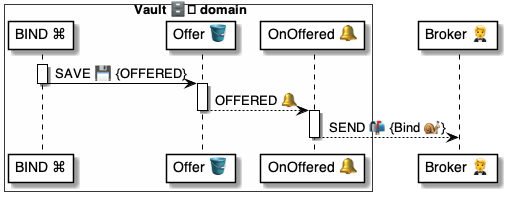
Above: 4 ⚙️ Solution/41 🎭 Domain Roles/Vaults 🗄️/🗄️🪣 Vault tables/Binds 🔗 table/🪣🧱 11 Offered 🔔 event/🗄️ OnOfferOffered ⚙️ uml.png in pollyweb-org/pollyweb-docs (PlantUML), before the change. Its source is kept beside it as 4 ⚙️ Solution/41 🎭 Domain Roles/Vaults 🗄️/🗄️🪣 Vault tables/Binds 🔗 table/🪣🧱 11 Offered 🔔 event/🗄️ OnOfferOffered ⚙️ uml.puml. The source it was exported from:
```plantuml
@startuml OnOfferOffered


box Vault 🗄️ domain #FFFFFA
    participant "BIND ⌘" as script
    participant "Offer 🪣" as offers
    participant "OnOffered 🔔" as trigger
end box

participant "Broker 🤵" as broker


activate script
    script -> offers: SAVE 💾 {OFFERED}
deactivate script

activate offers
    offers --> trigger: OFFERED 🔔
deactivate offers

activate trigger
    trigger --> broker: SEND 📬 {Bind 🐌}
deactivate trigger


@enduml
```
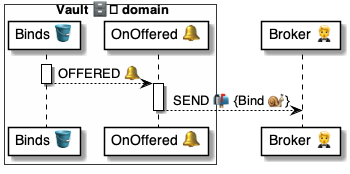
The same diagram one commit later.

Change to the diagram source:
```diff
@@ -2,21 +2,15 @@
 
 
 box Vault 🗄️ domain #FFFFFA
-    participant "BIND ⌘" as script
-    participant "Offer 🪣" as offers
+    participant "Binds 🪣" as binds
     participant "OnOffered 🔔" as trigger
 end box
 
 participant "Broker 🤵" as broker
 
-
-activate script
-    script -> offers: SAVE 💾 {OFFERED}
-deactivate script
-
-activate offers
-    offers --> trigger: OFFERED 🔔
-deactivate offers
+activate binds
+    binds --> trigger: OFFERED 🔔
+deactivate binds
 
 activate trigger
     trigger --> broker: SEND 📬 {Bind 🐌}
```
